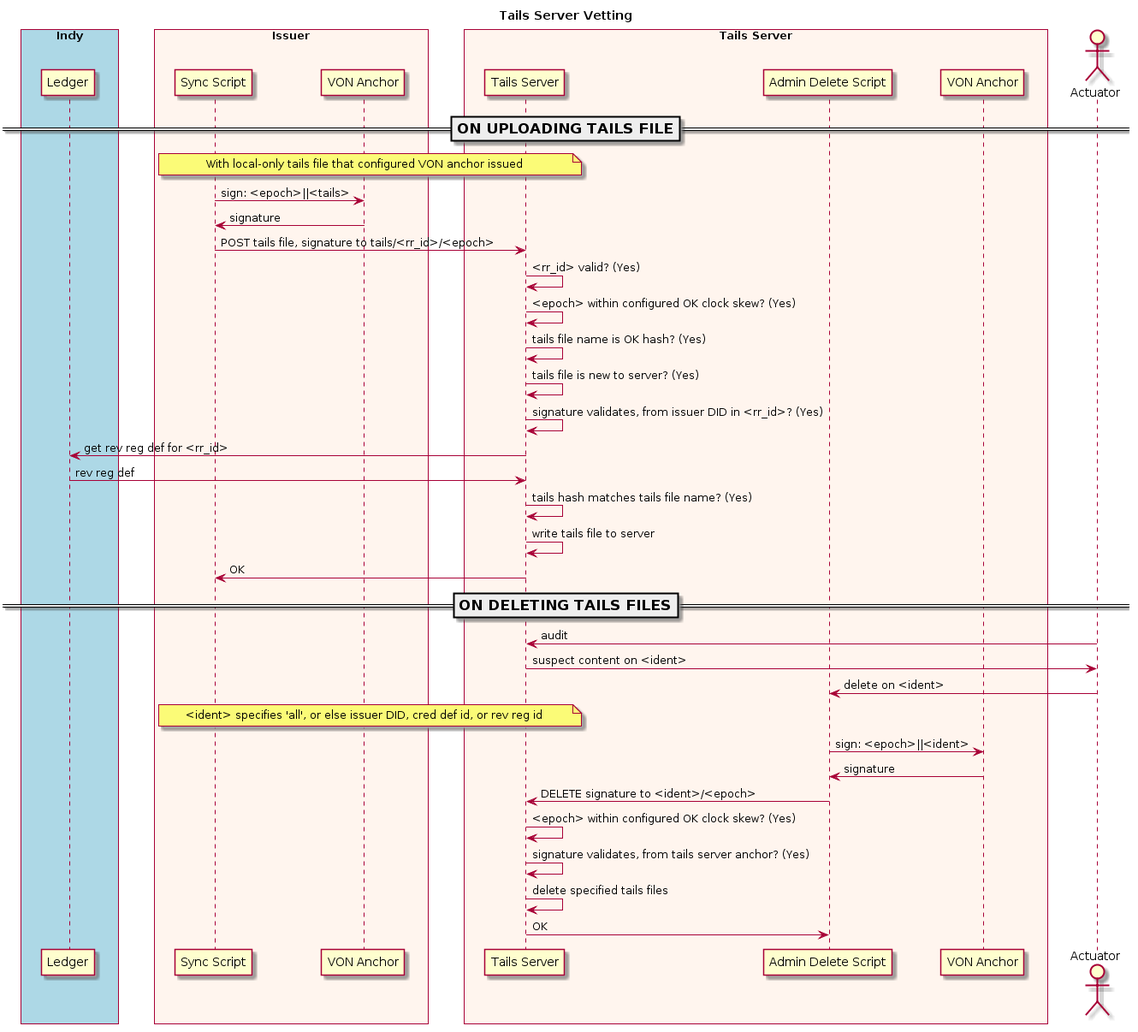
The PlantUML diagram docs/source/pic/vet.png in PSPC-SPAC-buyandsell/von_tails, before a commit. Its diagram source:
```plantuml
@startuml

skinparam ParticipantPadding 20
skinparam BoxPadding 20

title Tails Server Vetting

box "Indy" #LightBlue
    participant "Ledger" as ledger
endbox

box "Issuer" #Seashell
    participant "Sync Script" as sync
    participant "VON Anchor" as ian
endbox

box "Tails Server" #Seashell
    participant "Tails Server" as tsrv
    participant "Admin Delete Script" as adel
    participant "VON Anchor" as tsan
endbox

actor Actuator as ator

=== ON UPLOADING TAILS FILE ==

note over sync, tsrv
    With local-only tails file that configured VON anchor issued
endnote

sync -> ian: sign: <epoch>||<tails>
ian -> sync: signature
sync -> tsrv: POST tails file, signature to tails/<rr_id>/<epoch>

tsrv -> tsrv: <rr_id> valid? (Yes)
tsrv -> tsrv: <epoch> within configured OK clock skew? (Yes)
tsrv -> tsrv: tails file name is OK hash? (Yes)
tsrv -> tsrv: tails file is new to server? (Yes)
tsrv -> tsrv: signature validates, from issuer DID in <rr_id>? (Yes)
tsrv -> ledger: get rev reg def for <rr_id>
ledger -> tsrv: rev reg def
tsrv -> tsrv: tails hash matches tails file name? (Yes)
tsrv -> tsrv: write tails file to server

tsrv -> sync: OK

=== ON DELETING TAILS FILES ==

ator -> tsrv: audit
tsrv -> ator: suspect content on <ident>
ator -> adel: delete on <ident>

note over sync, tsrv
    <ident> specifies 'all', or else issuer DID, cred def id, or rev reg id
endnote

adel -> tsan: sign: <epoch>||<ident>
tsan -> adel: signature
adel -> tsrv: DELETE signature to <ident>/<epoch>

tsrv -> tsrv: <epoch> within configured OK clock skew? (Yes)
tsrv -> tsrv: signature validates, from tails server anchor? (Yes)
tsrv -> tsrv: delete specified tails files

tsrv -> adel: OK
@enduml
```
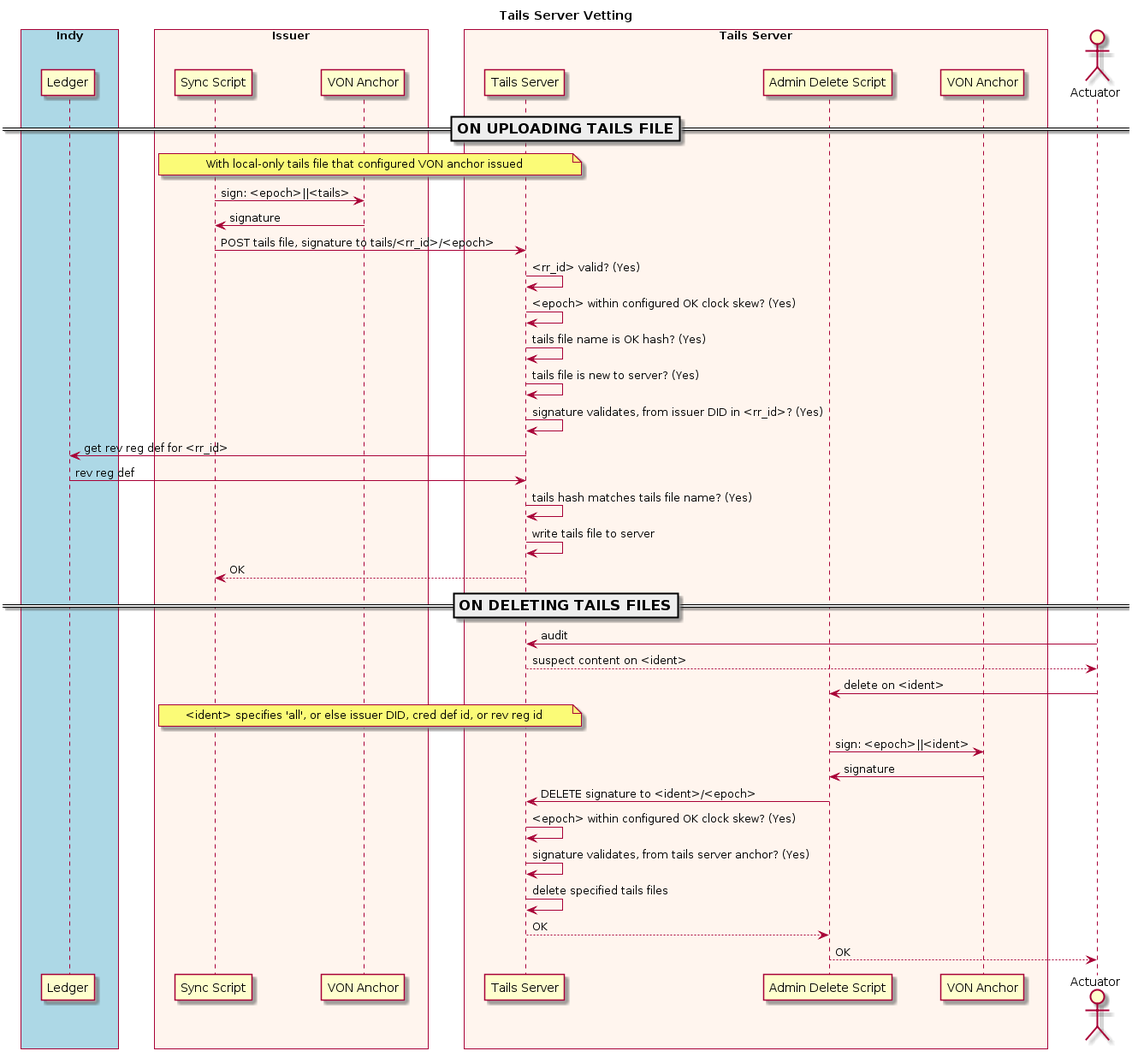
Later version of the same file.

What changed in the source:
```diff
@@ -42,12 +42,12 @@
 tsrv -> tsrv: tails hash matches tails file name? (Yes)
 tsrv -> tsrv: write tails file to server
 
-tsrv -> sync: OK
+tsrv --> sync: OK
 
 === ON DELETING TAILS FILES ==
 
 ator -> tsrv: audit
-tsrv -> ator: suspect content on <ident>
+tsrv --> ator: suspect content on <ident>
 ator -> adel: delete on <ident>
 
 note over sync, tsrv
@@ -62,5 +62,6 @@
 tsrv -> tsrv: signature validates, from tails server anchor? (Yes)
 tsrv -> tsrv: delete specified tails files
 
-tsrv -> adel: OK
+tsrv --> adel: OK
+adel --> ator: OK
 @enduml
```
